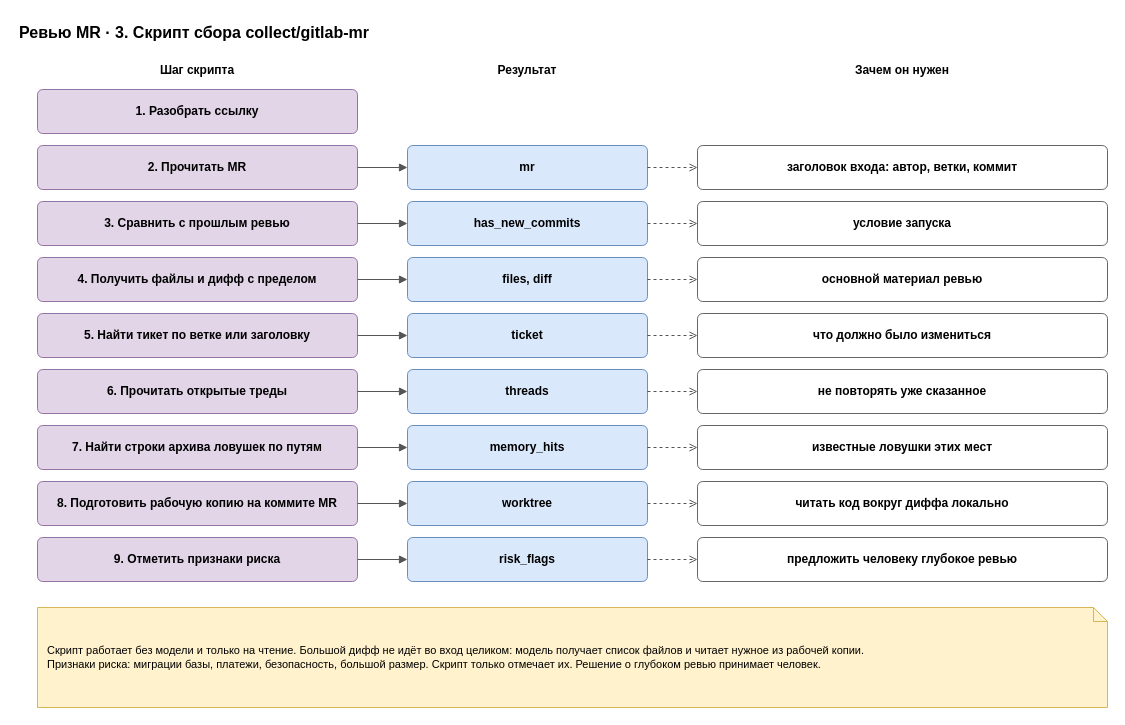
Earlier version of the draw.io diagram page "3. Сбор" (3 of 7) of docs/spec/harness-instance-mr-review.drawio (roygkov/reins). Source tidied: cells renumbered, new cells numbered last; positions are measured from the earlier drawing's top-left corner, leaving out a move shared by most shapes. Both pictures are drawn from the tidied source at 100%, with x=0, y=0 at pixel (17, 17).
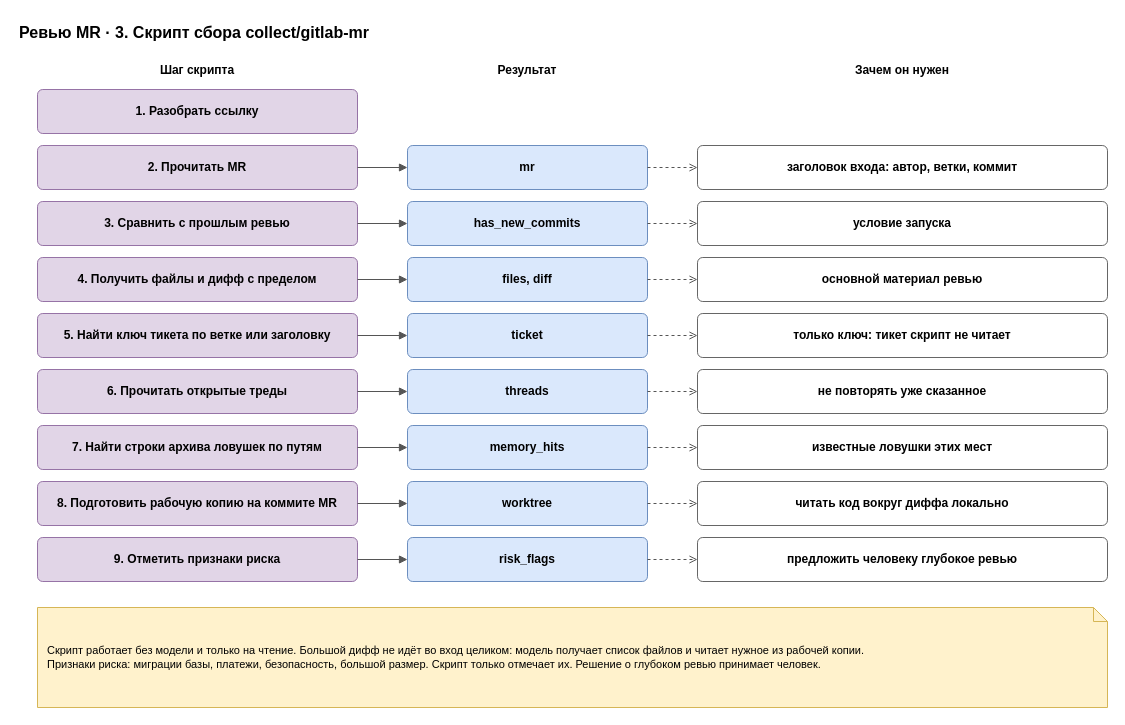
Above is the later version.

The edit, as a diff of the source:
```diff
@@
-    <mxCell id="22" value="&lt;b&gt;5. Найти тикет по ветке или заголовку&lt;/b&gt;" style="rounded=1;whiteSpace=wrap;html=1;fillColor=#e1d5e7;strokeColor=#9673a6;arcSize=12;" parent="1" vertex="1">
+    <mxCell id="22" value="&lt;b&gt;5. Найти ключ тикета по ветке или заголовку&lt;/b&gt;" style="rounded=1;whiteSpace=wrap;html=1;fillColor=#e1d5e7;strokeColor=#9673a6;arcSize=12;" parent="1" vertex="1">
       <mxGeometry x="20" y="296" width="320" height="44" as="geometry" />
     </mxCell>
@@
-    <mxCell id="24" value="&lt;b&gt;что должно было измениться&lt;/b&gt;" style="rounded=1;whiteSpace=wrap;html=1;fillColor=#ffffff;strokeColor=#666666;arcSize=12;fontStyle=0;" parent="1" vertex="1">
+    <mxCell id="24" value="&lt;b&gt;только ключ: тикет скрипт не читает&lt;/b&gt;" style="rounded=1;whiteSpace=wrap;html=1;fillColor=#ffffff;strokeColor=#666666;arcSize=12;fontStyle=0;" parent="1" vertex="1">
       <mxGeometry x="680" y="296" width="410" height="44" as="geometry" />
     </mxCell>
```
